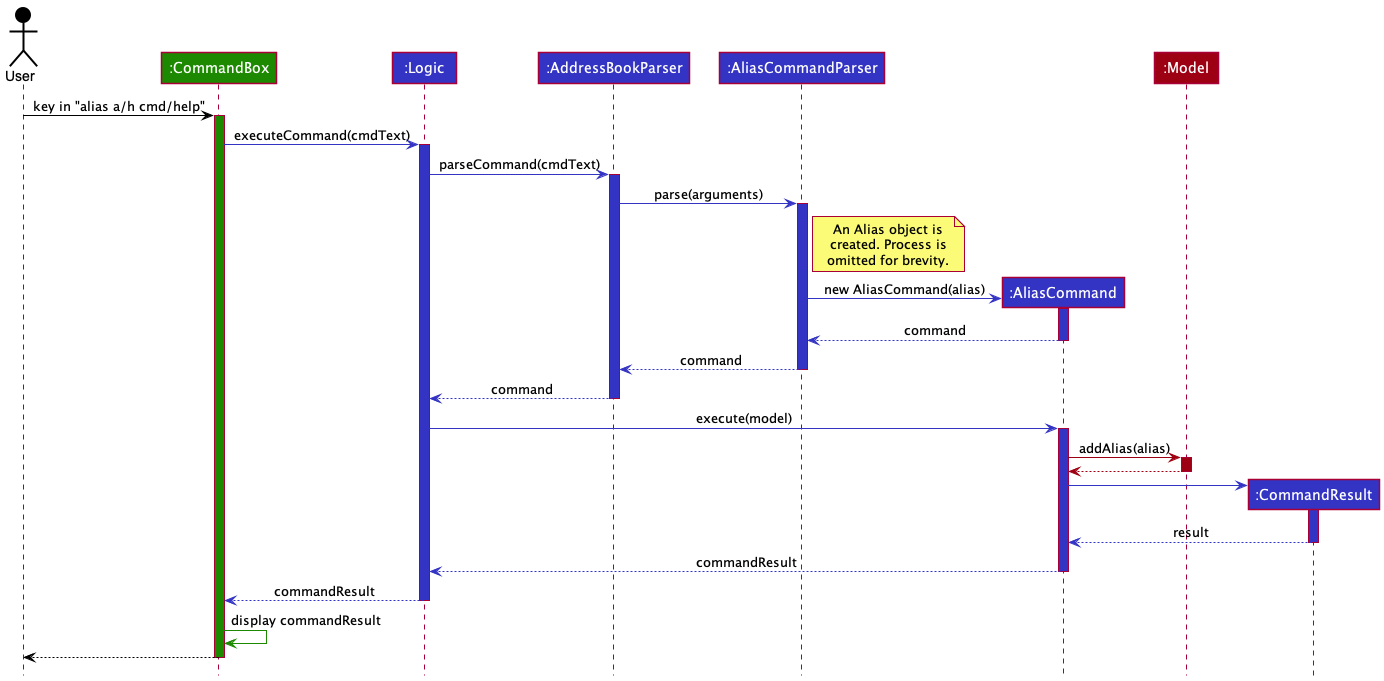
The PlantUML diagram docs/images/alias/AliasCreationSequenceDiagram.png in nus-cs2103-AY2021S2/tp, before a commit. Its diagram source:
```plantuml
@startuml
!include ../style.puml

Actor User as user USER_COLOR
Participant ":CommandBox" as ui UI_COLOR
Participant ":Logic" as logic LOGIC_COLOR
Participant ":AddressBookParser" as abParser LOGIC_COLOR
Participant ":AliasCommandParser" as aParser LOGIC_COLOR
Participant ":AliasCommand" as aCmd LOGIC_COLOR
Participant ":Model" as model MODEL_COLOR
Participant ":CommandResult" as cmdResult LOGIC_COLOR

user -[USER_COLOR]> ui: key in "alias a/h cmd/help"
activate ui UI_COLOR

ui -[LOGIC_COLOR]> logic: executeCommand(cmdText)
activate logic LOGIC_COLOR

logic -[LOGIC_COLOR]> abParser: parseCommand(cmdText)
activate abParser LOGIC_COLOR

abParser -[LOGIC_COLOR]> aParser: parse(arguments)
activate aParser LOGIC_COLOR
note right of aParser
An Alias object is
created. Process is
omitted for brevity.
end note

aParser -[LOGIC_COLOR]> aCmd**: new AliasCommand(alias)
activate aCmd LOGIC_COLOR
return command
return command
return command

logic -[LOGIC_COLOR]> aCmd: execute(model)
activate aCmd LOGIC_COLOR

aCmd -[MODEL_COLOR]> model: addAlias(alias)
activate model MODEL_COLOR
return

aCmd -[LOGIC_COLOR]> cmdResult**
activate cmdResult LOGIC_COLOR
return result
return commandResult
return commandResult

ui -[UI_COLOR]> ui: display commandResult
return
@enduml
```
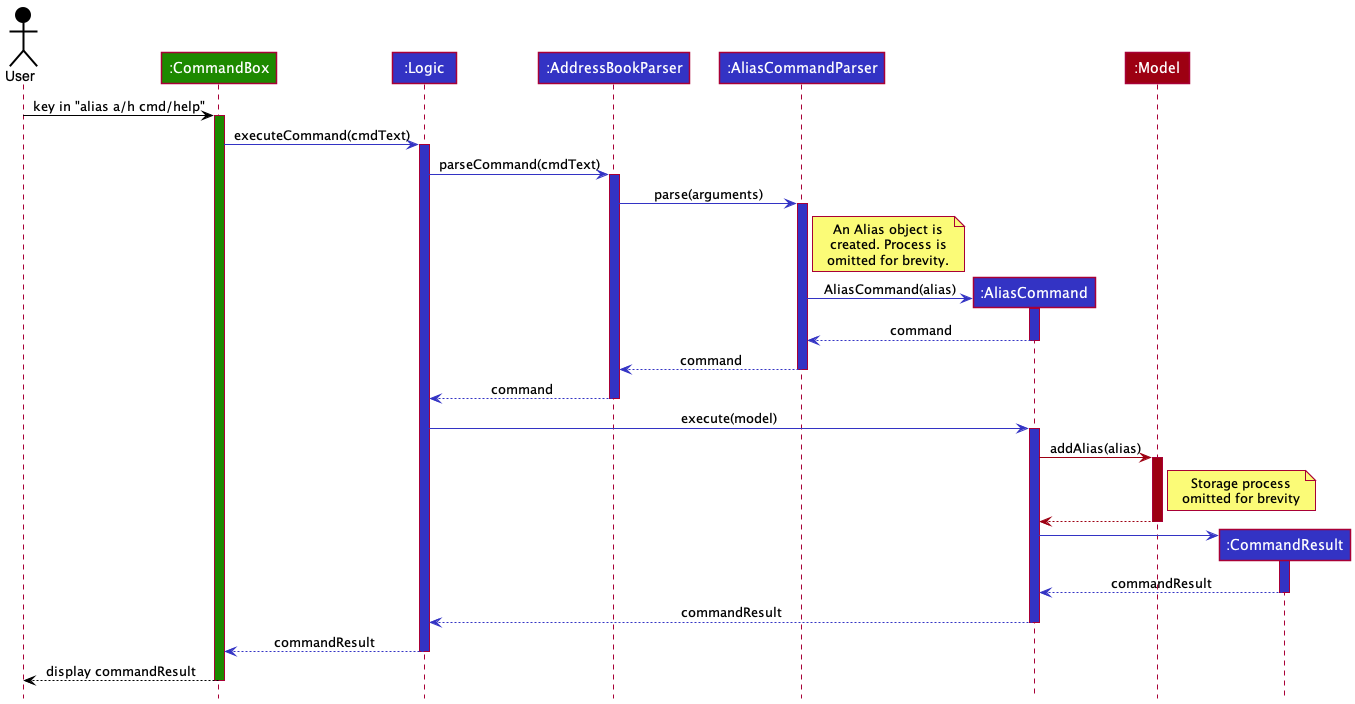
The same diagram one commit later.

Commit message:
docs(alias): Update diagram

The edit, as a diff of the source:
```diff
@@ -27,7 +27,7 @@
 omitted for brevity.
 end note
 
-aParser -[LOGIC_COLOR]> aCmd**: new AliasCommand(alias)
+aParser -[LOGIC_COLOR]> aCmd**: AliasCommand(alias)
 activate aCmd LOGIC_COLOR
 return command
 return command
@@ -38,14 +38,17 @@
 
 aCmd -[MODEL_COLOR]> model: addAlias(alias)
 activate model MODEL_COLOR
+note right of model
+Storage process
+omitted for brevity
+end note
 return
 
 aCmd -[LOGIC_COLOR]> cmdResult**
 activate cmdResult LOGIC_COLOR
-return result
+return commandResult
 return commandResult
 return commandResult
 
-ui -[UI_COLOR]> ui: display commandResult
-return
+return display commandResult
 @enduml
```
